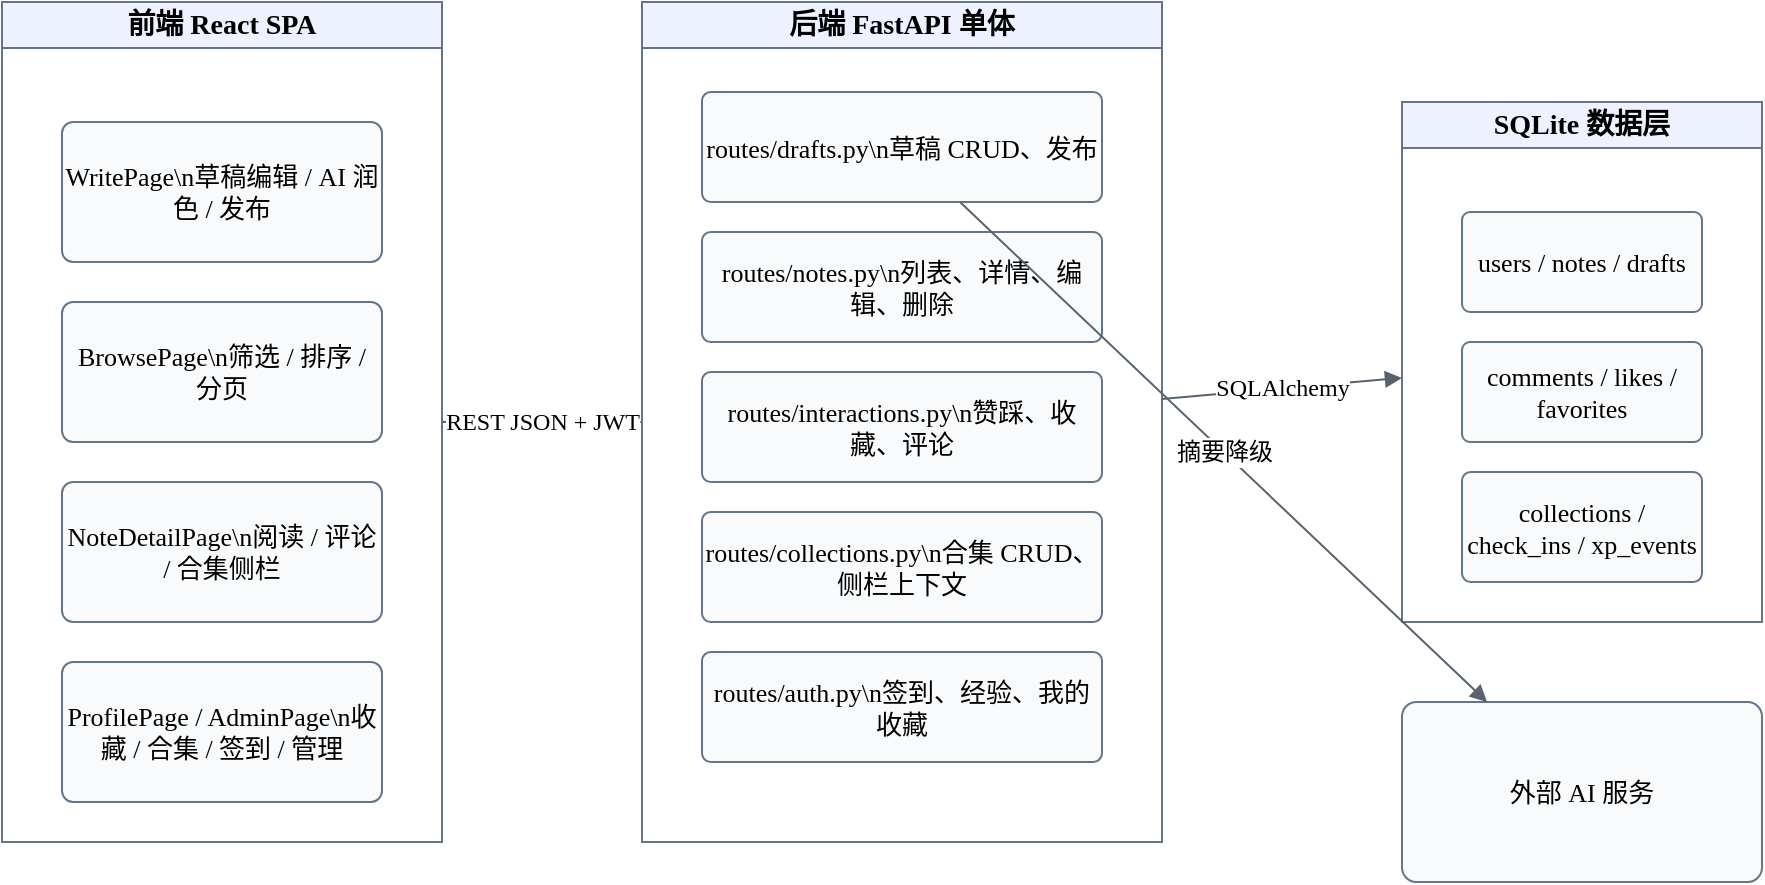
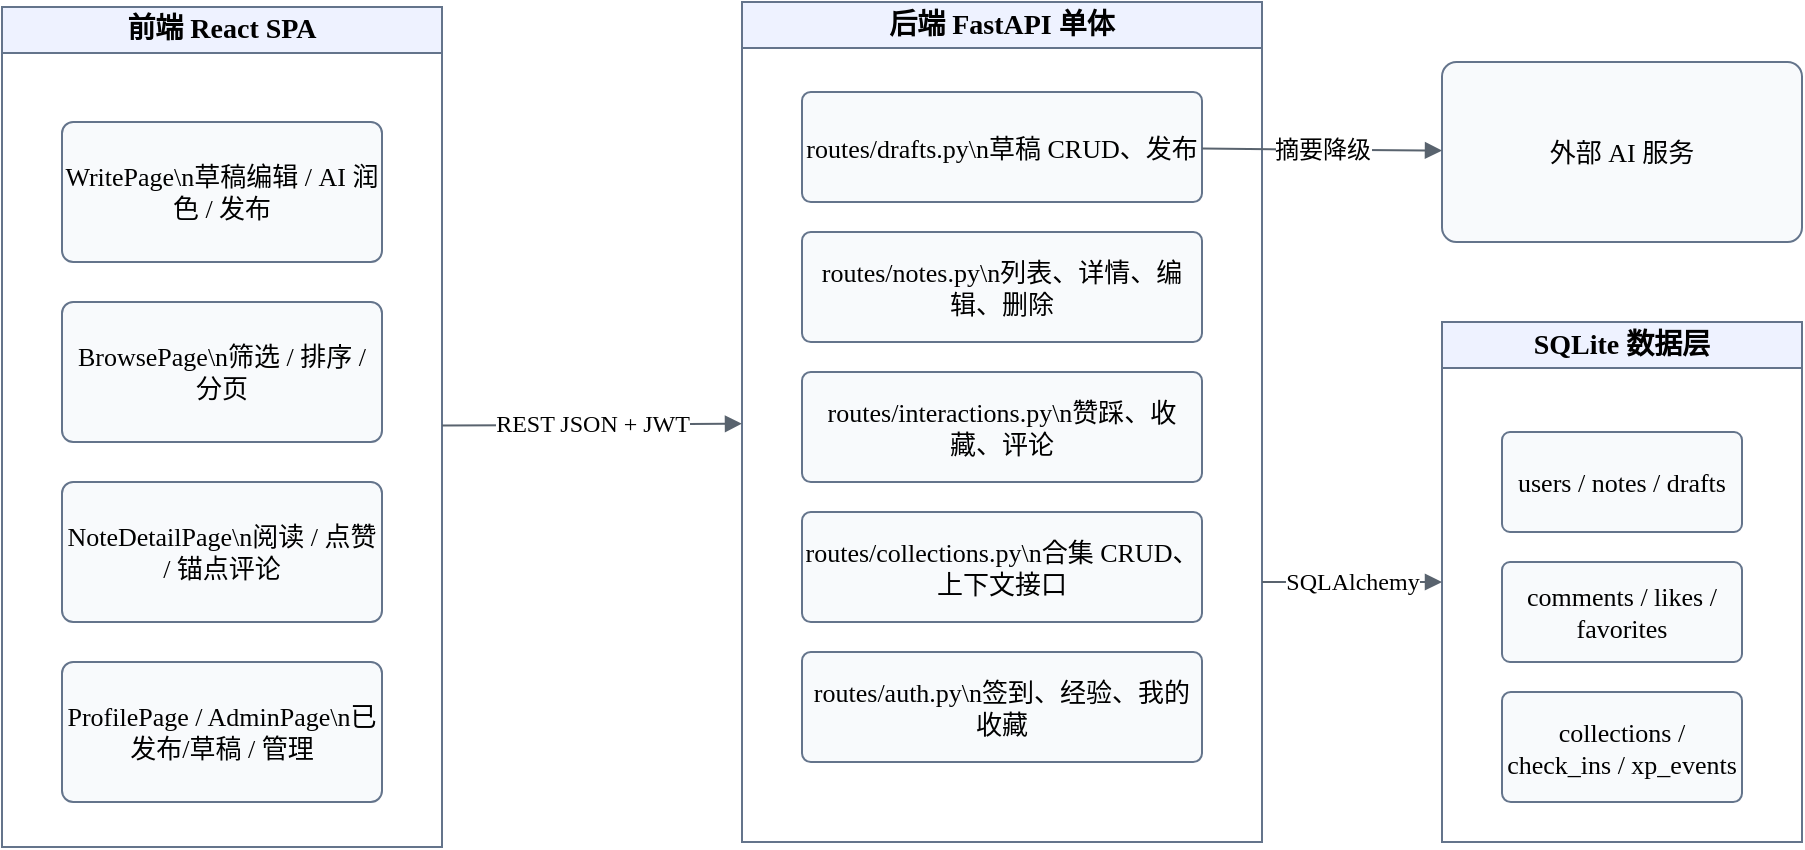
- <mxfile host="app.diagrams.net" modified="2026-07-06T00:00:00.000Z" agent="Codex" version="24.7.17">
+ <mxfile host="app.diagrams.net" agent="Codex">
  <diagram id="ch5-fig1-module-structure.drawio" name="模块总体结构">
-     <mxGraphModel dx="1200" dy="820" grid="1" gridSize="10" guides="1" tooltips="1" connect="1" arrows="1" fold="1" page="1" pageScale="1" pageWidth="1200" pageHeight="820" math="0" shadow="0">
+     <mxGraphModel dx="1046" dy="660" grid="1" gridSize="10" guides="1" tooltips="1" connect="1" arrows="1" fold="1" page="1" pageScale="1" pageWidth="1200" pageHeight="820" math="0" shadow="0">
      <root>
-         <mxCell id="0"/>
-         <mxCell id="1" parent="0"/>
-         <mxCell id="fe" value="前端 React SPA" style="swimlane;whiteSpace=wrap;html=1;fontFamily=Microsoft YaHei;fontSize=14;fontStyle=1;fillColor=#eef2ff;strokeColor=#64748b;" vertex="1" parent="1"><mxGeometry x="60" y="80" width="220" height="420" as="geometry"/></mxCell><mxCell id="be" value="后端 FastAPI 单体" style="swimlane;whiteSpace=wrap;html=1;fontFamily=Microsoft YaHei;fontSize=14;fontStyle=1;fillColor=#eef2ff;strokeColor=#64748b;" vertex="1" parent="1"><mxGeometry x="380" y="80" width="260" height="420" as="geometry"/></mxCell><mxCell id="db" value="SQLite 数据层" style="swimlane;whiteSpace=wrap;html=1;fontFamily=Microsoft YaHei;fontSize=14;fontStyle=1;fillColor=#eef2ff;strokeColor=#64748b;" vertex="1" parent="1"><mxGeometry x="760" y="130" width="180" height="260" as="geometry"/></mxCell><mxCell id="ai" value="外部 AI 服务" style="rounded=1;whiteSpace=wrap;html=1;arcSize=8;fontFamily=Microsoft YaHei;fontSize=13;fillColor=#f8fafc;strokeColor=#64748b;" vertex="1" parent="1"><mxGeometry x="760" y="430" width="180" height="90" as="geometry"/></mxCell><mxCell id="p1" value="WritePage\n草稿编辑 / AI 润色 / 发布" style="rounded=1;whiteSpace=wrap;html=1;arcSize=8;fontFamily=Microsoft YaHei;fontSize=13;fillColor=#f8fafc;strokeColor=#64748b;" vertex="1" parent="1"><mxGeometry x="90" y="140" width="160" height="70" as="geometry"/></mxCell><mxCell id="p2" value="BrowsePage\n筛选 / 排序 / 分页" style="rounded=1;whiteSpace=wrap;html=1;arcSize=8;fontFamily=Microsoft YaHei;fontSize=13;fillColor=#f8fafc;strokeColor=#64748b;" vertex="1" parent="1"><mxGeometry x="90" y="230" width="160" height="70" as="geometry"/></mxCell><mxCell id="p3" value="NoteDetailPage\n阅读 / 评论 / 合集侧栏" style="rounded=1;whiteSpace=wrap;html=1;arcSize=8;fontFamily=Microsoft YaHei;fontSize=13;fillColor=#f8fafc;strokeColor=#64748b;" vertex="1" parent="1"><mxGeometry x="90" y="320" width="160" height="70" as="geometry"/></mxCell><mxCell id="p4" value="ProfilePage / AdminPage\n收藏 / 合集 / 签到 / 管理" style="rounded=1;whiteSpace=wrap;html=1;arcSize=8;fontFamily=Microsoft YaHei;fontSize=13;fillColor=#f8fafc;strokeColor=#64748b;" vertex="1" parent="1"><mxGeometry x="90" y="410" width="160" height="70" as="geometry"/></mxCell><mxCell id="r1" value="routes/drafts.py\n草稿 CRUD、发布" style="rounded=1;whiteSpace=wrap;html=1;arcSize=8;fontFamily=Microsoft YaHei;fontSize=13;fillColor=#f8fafc;strokeColor=#64748b;" vertex="1" parent="1"><mxGeometry x="410" y="125" width="200" height="55" as="geometry"/></mxCell><mxCell id="r2" value="routes/notes.py\n列表、详情、编辑、删除" style="rounded=1;whiteSpace=wrap;html=1;arcSize=8;fontFamily=Microsoft YaHei;fontSize=13;fillColor=#f8fafc;strokeColor=#64748b;" vertex="1" parent="1"><mxGeometry x="410" y="195" width="200" height="55" as="geometry"/></mxCell><mxCell id="r3" value="routes/interactions.py\n赞踩、收藏、评论" style="rounded=1;whiteSpace=wrap;html=1;arcSize=8;fontFamily=Microsoft YaHei;fontSize=13;fillColor=#f8fafc;strokeColor=#64748b;" vertex="1" parent="1"><mxGeometry x="410" y="265" width="200" height="55" as="geometry"/></mxCell><mxCell id="r4" value="routes/collections.py\n合集 CRUD、侧栏上下文" style="rounded=1;whiteSpace=wrap;html=1;arcSize=8;fontFamily=Microsoft YaHei;fontSize=13;fillColor=#f8fafc;strokeColor=#64748b;" vertex="1" parent="1"><mxGeometry x="410" y="335" width="200" height="55" as="geometry"/></mxCell><mxCell id="r5" value="routes/auth.py\n签到、经验、我的收藏" style="rounded=1;whiteSpace=wrap;html=1;arcSize=8;fontFamily=Microsoft YaHei;fontSize=13;fillColor=#f8fafc;strokeColor=#64748b;" vertex="1" parent="1"><mxGeometry x="410" y="405" width="200" height="55" as="geometry"/></mxCell><mxCell id="t1" value="users / notes / drafts" style="rounded=1;whiteSpace=wrap;html=1;arcSize=8;fontFamily=Microsoft YaHei;fontSize=13;fillColor=#f8fafc;strokeColor=#64748b;" vertex="1" parent="1"><mxGeometry x="790" y="185" width="120" height="50" as="geometry"/></mxCell><mxCell id="t2" value="comments / likes / favorites" style="rounded=1;whiteSpace=wrap;html=1;arcSize=8;fontFamily=Microsoft YaHei;fontSize=13;fillColor=#f8fafc;strokeColor=#64748b;" vertex="1" parent="1"><mxGeometry x="790" y="250" width="120" height="50" as="geometry"/></mxCell><mxCell id="t3" value="collections / check_ins / xp_events" style="rounded=1;whiteSpace=wrap;html=1;arcSize=8;fontFamily=Microsoft YaHei;fontSize=13;fillColor=#f8fafc;strokeColor=#64748b;" vertex="1" parent="1"><mxGeometry x="790" y="315" width="120" height="55" as="geometry"/></mxCell><mxCell id="e1" value="REST JSON + JWT" style="endArrow=block;html=1;rounded=0;strokeColor=#59636e;fontSize=12;fontFamily=Microsoft YaHei;" edge="1" parent="1" source="fe" target="be"><mxGeometry relative="1" as="geometry"/></mxCell><mxCell id="e2" value="SQLAlchemy" style="endArrow=block;html=1;rounded=0;strokeColor=#59636e;fontSize=12;fontFamily=Microsoft YaHei;" edge="1" parent="1" source="be" target="db"><mxGeometry relative="1" as="geometry"/></mxCell><mxCell id="e3" value="摘要降级" style="endArrow=block;html=1;rounded=0;strokeColor=#59636e;fontSize=12;fontFamily=Microsoft YaHei;" edge="1" parent="1" source="r1" target="ai"><mxGeometry relative="1" as="geometry"/></mxCell>
+         <mxCell id="0" />
+         <mxCell id="1" parent="0" />
+         <mxCell id="fe" parent="1" style="swimlane;whiteSpace=wrap;html=1;fontFamily=Microsoft YaHei;fontSize=14;fontStyle=1;fillColor=#eef2ff;strokeColor=#64748b;" value="前端 React SPA" vertex="1">
+           <mxGeometry height="420" width="220" x="10" y="82.5" as="geometry" />
+         </mxCell>
+         <mxCell id="p1" parent="fe" style="rounded=1;whiteSpace=wrap;html=1;arcSize=8;fontFamily=Microsoft YaHei;fontSize=13;fillColor=#f8fafc;strokeColor=#64748b;" value="WritePage\n草稿编辑 / AI 润色 / 发布" vertex="1">
+           <mxGeometry height="70" width="160" x="30" y="57.5" as="geometry" />
+         </mxCell>
+         <mxCell id="p2" parent="fe" style="rounded=1;whiteSpace=wrap;html=1;arcSize=8;fontFamily=Microsoft YaHei;fontSize=13;fillColor=#f8fafc;strokeColor=#64748b;" value="BrowsePage\n筛选 / 排序 / 分页" vertex="1">
+           <mxGeometry height="70" width="160" x="30" y="147.5" as="geometry" />
+         </mxCell>
+         <mxCell id="p3" parent="fe" style="rounded=1;whiteSpace=wrap;html=1;arcSize=8;fontFamily=Microsoft YaHei;fontSize=13;fillColor=#f8fafc;strokeColor=#64748b;" value="NoteDetailPage\n阅读 / 点赞 / 锚点评论" vertex="1">
+           <mxGeometry height="70" width="160" x="30" y="237.5" as="geometry" />
+         </mxCell>
+         <mxCell id="p4" parent="fe" style="rounded=1;whiteSpace=wrap;html=1;arcSize=8;fontFamily=Microsoft YaHei;fontSize=13;fillColor=#f8fafc;strokeColor=#64748b;" value="ProfilePage / AdminPage\n已发布/草稿 / 管理" vertex="1">
+           <mxGeometry height="70" width="160" x="30" y="327.5" as="geometry" />
+         </mxCell>
+         <mxCell id="be" parent="1" style="swimlane;whiteSpace=wrap;html=1;fontFamily=Microsoft YaHei;fontSize=14;fontStyle=1;fillColor=#eef2ff;strokeColor=#64748b;" value="后端 FastAPI 单体" vertex="1">
+           <mxGeometry height="420" width="260" x="380" y="80" as="geometry" />
+         </mxCell>
+         <mxCell id="db" parent="1" style="swimlane;whiteSpace=wrap;html=1;fontFamily=Microsoft YaHei;fontSize=14;fontStyle=1;fillColor=#eef2ff;strokeColor=#64748b;" value="SQLite 数据层" vertex="1">
+           <mxGeometry height="260" width="180" x="730" y="240" as="geometry" />
+         </mxCell>
+         <mxCell id="ai" parent="1" style="rounded=1;whiteSpace=wrap;html=1;arcSize=8;fontFamily=Microsoft YaHei;fontSize=13;fillColor=#f8fafc;strokeColor=#64748b;" value="外部 AI 服务" vertex="1">
+           <mxGeometry height="90" width="180" x="730" y="110" as="geometry" />
+         </mxCell>
+         <mxCell id="r1" parent="1" style="rounded=1;whiteSpace=wrap;html=1;arcSize=8;fontFamily=Microsoft YaHei;fontSize=13;fillColor=#f8fafc;strokeColor=#64748b;" value="routes/drafts.py\n草稿 CRUD、发布" vertex="1">
+           <mxGeometry height="55" width="200" x="410" y="125" as="geometry" />
+         </mxCell>
+         <mxCell id="r2" parent="1" style="rounded=1;whiteSpace=wrap;html=1;arcSize=8;fontFamily=Microsoft YaHei;fontSize=13;fillColor=#f8fafc;strokeColor=#64748b;" value="routes/notes.py\n列表、详情、编辑、删除" vertex="1">
+           <mxGeometry height="55" width="200" x="410" y="195" as="geometry" />
+         </mxCell>
+         <mxCell id="r3" parent="1" style="rounded=1;whiteSpace=wrap;html=1;arcSize=8;fontFamily=Microsoft YaHei;fontSize=13;fillColor=#f8fafc;strokeColor=#64748b;" value="routes/interactions.py\n赞踩、收藏、评论" vertex="1">
+           <mxGeometry height="55" width="200" x="410" y="265" as="geometry" />
+         </mxCell>
+         <mxCell id="r4" parent="1" style="rounded=1;whiteSpace=wrap;html=1;arcSize=8;fontFamily=Microsoft YaHei;fontSize=13;fillColor=#f8fafc;strokeColor=#64748b;" value="routes/collections.py\n合集 CRUD、上下文接口" vertex="1">
+           <mxGeometry height="55" width="200" x="410" y="335" as="geometry" />
+         </mxCell>
+         <mxCell id="r5" parent="1" style="rounded=1;whiteSpace=wrap;html=1;arcSize=8;fontFamily=Microsoft YaHei;fontSize=13;fillColor=#f8fafc;strokeColor=#64748b;" value="routes/auth.py\n签到、经验、我的收藏" vertex="1">
+           <mxGeometry height="55" width="200" x="410" y="405" as="geometry" />
+         </mxCell>
+         <mxCell id="t1" parent="1" style="rounded=1;whiteSpace=wrap;html=1;arcSize=8;fontFamily=Microsoft YaHei;fontSize=13;fillColor=#f8fafc;strokeColor=#64748b;" value="users / notes / drafts" vertex="1">
+           <mxGeometry height="50" width="120" x="760" y="295" as="geometry" />
+         </mxCell>
+         <mxCell id="t2" parent="1" style="rounded=1;whiteSpace=wrap;html=1;arcSize=8;fontFamily=Microsoft YaHei;fontSize=13;fillColor=#f8fafc;strokeColor=#64748b;" value="comments / likes / favorites" vertex="1">
+           <mxGeometry height="50" width="120" x="760" y="360" as="geometry" />
+         </mxCell>
+         <mxCell id="t3" parent="1" style="rounded=1;whiteSpace=wrap;html=1;arcSize=8;fontFamily=Microsoft YaHei;fontSize=13;fillColor=#f8fafc;strokeColor=#64748b;" value="collections / check_ins / xp_events" vertex="1">
+           <mxGeometry height="55" width="120" x="760" y="425" as="geometry" />
+         </mxCell>
+         <mxCell id="e1" edge="1" parent="1" source="fe" style="endArrow=block;html=1;rounded=0;strokeColor=#59636e;fontSize=12;fontFamily=Microsoft YaHei;" target="be" value="REST JSON + JWT">
+           <mxGeometry relative="1" as="geometry" />
+         </mxCell>
+         <mxCell id="e2" edge="1" parent="1" style="endArrow=block;html=1;rounded=0;strokeColor=#59636e;fontSize=12;fontFamily=Microsoft YaHei;" target="db" value="SQLAlchemy">
+           <mxGeometry relative="1" as="geometry">
+             <mxPoint x="640" y="370" as="sourcePoint" />
+           </mxGeometry>
+         </mxCell>
+         <mxCell id="e3" edge="1" parent="1" source="r1" style="endArrow=block;html=1;rounded=0;strokeColor=#59636e;fontSize=12;fontFamily=Microsoft YaHei;" target="ai" value="摘要降级">
+           <mxGeometry relative="1" as="geometry" />
+         </mxCell>
      </root>
    </mxGraphModel>
  </diagram>
</mxfile>
